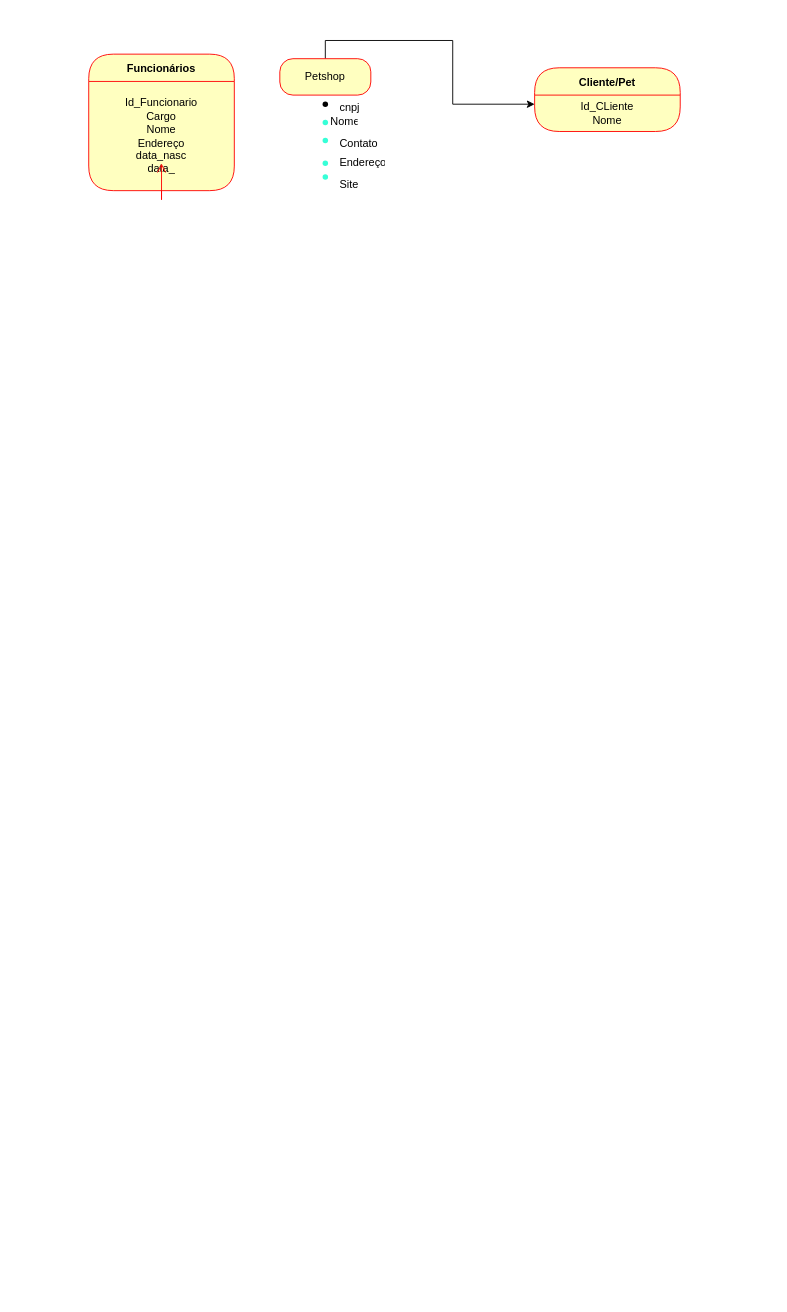
Before: Diagrama sem nome.drawio in Manuelalviana/Diagramas_draw, a draw.io diagram. Source tidied: cells renumbered, new cells numbered last; positions are measured from the earlier drawing's top-left corner, leaving out a move shared by most shapes. Both pictures are drawn from the tidied source at 91%, with x=0, y=0 at pixel (88, 54).
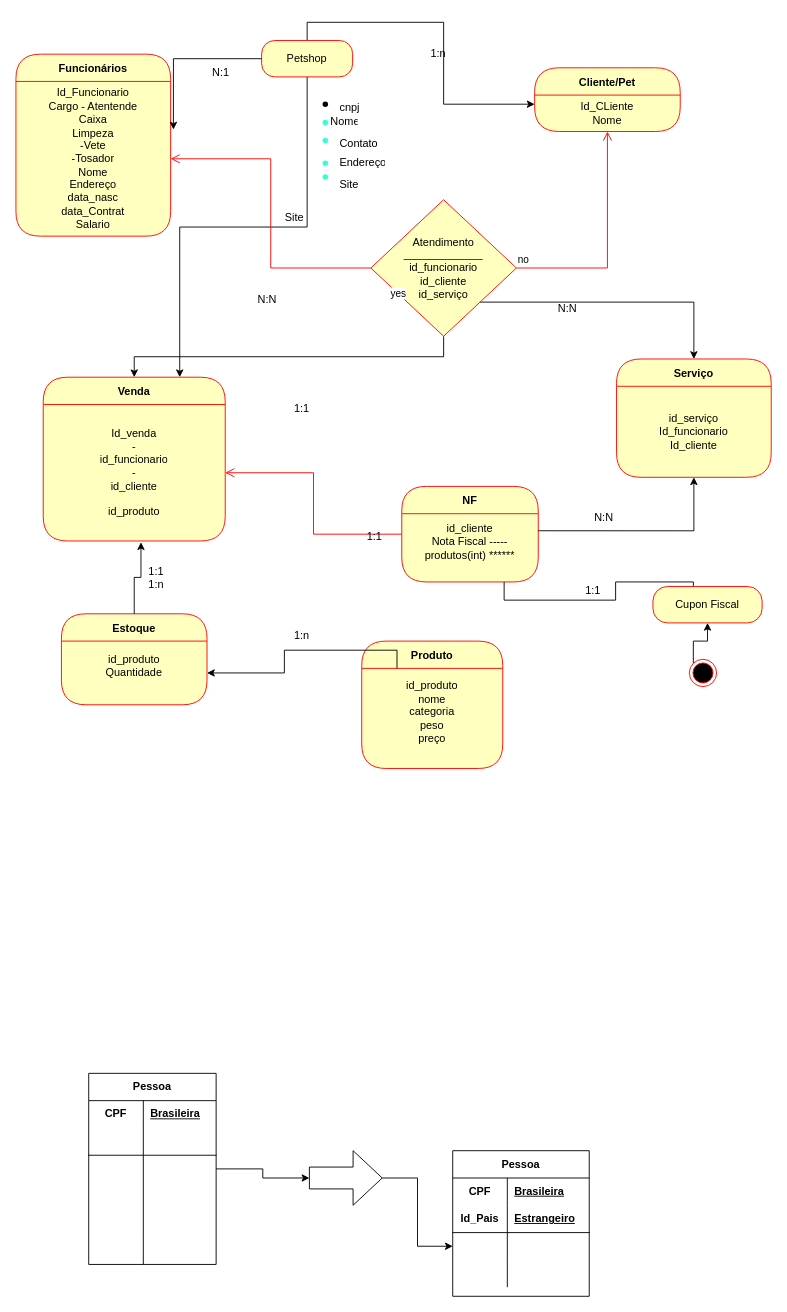
Above is the later version.

The change refers to these unchanged cells:
```xml
<mxCell id="16" value="Id_CLiente&lt;br&gt;Nome" style="text;html=1;strokeColor=none;fillColor=none;align=center;verticalAlign=middle;spacingLeft=4;spacingRight=4;whiteSpace=wrap;overflow=hidden;fontColor=#000000;" parent="15" vertex="1">
  <mxGeometry y="30" width="160" height="40" as="geometry" />
</mxCell>
```

The edit, as a diff of the source:
```diff
@@
+    <mxCell id="20" style="edgeStyle=orthogonalEdgeStyle;rounded=0;jettySize=auto;html=1;exitX=0.5;exitY=1;exitDx=0;exitDy=0;entryX=0.75;entryY=0;entryDx=0;entryDy=0;" parent="1" edge="1" source="14" target="28">
+      <mxGeometry relative="1" as="geometry" />
+    </mxCell>
     <mxCell id="14" value="Petshop" style="rounded=1;whiteSpace=wrap;html=1;arcSize=36;fontColor=#000000;fillColor=#ffffc0;strokeColor=#ff0000;" parent="1" vertex="1">
-      <mxGeometry x="210" y="5" width="100" height="40" as="geometry" />
+      <mxGeometry x="190" y="-15" width="100" height="40" as="geometry" />
     </mxCell>
@@
     <mxCell id="17" value="Funcionários" style="swimlane;fontStyle=1;align=center;verticalAlign=middle;horizontal=1;startSize=30;fontColor=#000000;rounded=1;arcSize=30;strokeColor=#ff0000;fillColor=#ffffc0;swimlaneFillColor=#ffffc0;" parent="1" vertex="1">
-      <mxGeometry width="160" height="150" as="geometry" />
+      <mxGeometry x="-80" width="170" height="200" as="geometry" />
     </mxCell>
-    <mxCell id="18" value="Id_Funcionario&lt;br&gt;Cargo&lt;br&gt;Nome&lt;br&gt;Endereço&lt;br&gt;data_nasc&lt;div&gt;data_&lt;/div&gt;" style="text;html=1;strokeColor=none;fillColor=none;align=center;verticalAlign=middle;spacingLeft=4;spacingRight=4;whiteSpace=wrap;overflow=hidden;fontColor=#000000;" parent="17" vertex="1">
-      <mxGeometry y="30" width="160" height="120" as="geometry" />
+    <mxCell id="18" value="Id_Funcionario&lt;br&gt;Cargo - Atentende&lt;br&gt;Caixa&lt;br&gt;Limpeza&lt;br&gt;-Vete&lt;br&gt;-Tosador&lt;br&gt;Nome&lt;br&gt;Endereço&lt;br&gt;data_nasc&lt;div&gt;data_Contrat&lt;br&gt;Salario&lt;/div&gt;" style="text;html=1;strokeColor=none;fillColor=none;align=center;verticalAlign=middle;spacingLeft=4;spacingRight=4;whiteSpace=wrap;overflow=hidden;fontColor=#000000;" parent="17" vertex="1">
+      <mxGeometry y="30" width="170" height="170" as="geometry" />
     </mxCell>
-    <mxCell id="19" style="edgeStyle=orthogonalEdgeStyle;html=1;verticalAlign=bottom;endArrow=open;endSize=8;strokeColor=#ff0000;rounded=0;" parent="1" edge="1" source="17">
-      <mxGeometry relative="1" as="geometry">
-        <mxPoint x="80" y="120" as="targetPoint" />
-      </mxGeometry>
-    </mxCell>
+    <mxCell id="21" value="1:n" style="text;strokeColor=none;fillColor=none;align=left;verticalAlign=middle;spacingLeft=4;spacingRight=4;overflow=hidden;whiteSpace=wrap;html=1;" parent="1" vertex="1">
+      <mxGeometry x="370" y="-15" width="80" height="30" as="geometry" />
+    </mxCell>
+    <mxCell id="22" value="N:1" style="text;strokeColor=none;fillColor=none;align=left;verticalAlign=middle;spacingLeft=4;spacingRight=4;overflow=hidden;whiteSpace=wrap;html=1;" parent="1" vertex="1">
+      <mxGeometry x="130" y="5" width="80" height="30" as="geometry" />
+    </mxCell>
+    <mxCell id="23" style="edgeStyle=orthogonalEdgeStyle;rounded=0;jettySize=auto;html=1;exitX=0.5;exitY=1;exitDx=0;exitDy=0;entryX=0.5;entryY=0;entryDx=0;entryDy=0;" parent="1" edge="1" source="25" target="28">
+      <mxGeometry relative="1" as="geometry" />
+    </mxCell>
+    <mxCell id="24" style="edgeStyle=orthogonalEdgeStyle;rounded=0;jettySize=auto;html=1;exitX=1;exitY=1;exitDx=0;exitDy=0;" parent="1" edge="1" source="25" target="30">
+      <mxGeometry relative="1" as="geometry" />
+    </mxCell>
+    <mxCell id="25" value="Atendimento&lt;br&gt;_____________&lt;div&gt;id_funcionario&lt;br&gt;id_cliente&lt;br&gt;id_serviço&lt;/div&gt;" style="rhombus;whiteSpace=wrap;html=1;fontColor=#000000;fillColor=#ffffc0;strokeColor=#ff0000;" parent="1" vertex="1">
+      <mxGeometry x="310" y="160" width="160" height="150" as="geometry" />
+    </mxCell>
+    <mxCell id="26" value="no" style="edgeStyle=orthogonalEdgeStyle;html=1;align=left;verticalAlign=bottom;endArrow=open;endSize=8;strokeColor=#ff0000;rounded=0;" parent="1" edge="1" source="25" target="16">
+      <mxGeometry x="-1" relative="1" as="geometry" />
+    </mxCell>
+    <mxCell id="27" value="yes" style="edgeStyle=orthogonalEdgeStyle;html=1;align=left;verticalAlign=top;endArrow=open;endSize=8;strokeColor=#ff0000;rounded=0;" parent="1" edge="1" source="25" target="18">
+      <mxGeometry x="-1" y="25" relative="1" as="geometry">
+        <mxPoint x="20" y="-10" as="offset" />
+      </mxGeometry>
+    </mxCell>
+    <mxCell id="28" value="Venda" style="swimlane;fontStyle=1;align=center;verticalAlign=middle;horizontal=1;startSize=30;fontColor=#000000;rounded=1;arcSize=30;strokeColor=#ff0000;fillColor=#ffffc0;swimlaneFillColor=#ffffc0;" parent="1" vertex="1">
+      <mxGeometry x="-50" y="355" width="200" height="180" as="geometry" />
+    </mxCell>
+    <mxCell id="29" value="Id_venda&lt;br&gt;-&lt;br&gt;id_funcionario&lt;br&gt;-&lt;br&gt;id_cliente&lt;br&gt;&lt;div&gt;&lt;br&gt;id_produto&lt;/div&gt;" style="text;html=1;strokeColor=none;fillColor=none;align=center;verticalAlign=middle;spacingLeft=4;spacingRight=4;whiteSpace=wrap;overflow=hidden;fontColor=#000000;" parent="28" vertex="1">
+      <mxGeometry y="30" width="200" height="150" as="geometry" />
+    </mxCell>
+    <mxCell id="30" value="Serviço" style="swimlane;fontStyle=1;align=center;verticalAlign=middle;horizontal=1;startSize=30;fontColor=#000000;rounded=1;arcSize=30;strokeColor=#ff0000;fillColor=#ffffc0;swimlaneFillColor=#ffffc0;" parent="1" vertex="1">
+      <mxGeometry x="580" y="335" width="170" height="130" as="geometry" />
+    </mxCell>
+    <mxCell id="31" value="id_serviço&lt;div&gt;Id_funcionario&lt;br&gt;Id_cliente&lt;/div&gt;" style="text;html=1;strokeColor=none;fillColor=none;align=center;verticalAlign=middle;spacingLeft=4;spacingRight=4;whiteSpace=wrap;overflow=hidden;fontColor=#000000;" parent="30" vertex="1">
+      <mxGeometry y="30" width="170" height="100" as="geometry" />
+    </mxCell>
+    <mxCell id="32" value="N:N" style="text;strokeColor=none;fillColor=none;align=left;verticalAlign=middle;spacingLeft=4;spacingRight=4;overflow=hidden;whiteSpace=wrap;html=1;" parent="1" vertex="1">
+      <mxGeometry x="180" y="255" width="80" height="30" as="geometry" />
+    </mxCell>
+    <mxCell id="33" value="N:N" style="text;strokeColor=none;fillColor=none;align=left;verticalAlign=middle;spacingLeft=4;spacingRight=4;overflow=hidden;whiteSpace=wrap;html=1;" parent="1" vertex="1">
+      <mxGeometry x="510" y="265" width="80" height="30" as="geometry" />
+    </mxCell>
+    <mxCell id="34" value="1:1" style="text;strokeColor=none;fillColor=none;align=left;verticalAlign=middle;spacingLeft=4;spacingRight=4;overflow=hidden;whiteSpace=wrap;html=1;" parent="1" vertex="1">
+      <mxGeometry x="220" y="375" width="80" height="30" as="geometry" />
+    </mxCell>
+    <mxCell id="35" value="NF" style="swimlane;fontStyle=1;align=center;verticalAlign=middle;horizontal=1;startSize=30;fontColor=#000000;rounded=1;arcSize=30;strokeColor=#ff0000;fillColor=#ffffc0;swimlaneFillColor=#ffffc0;" parent="1" vertex="1">
+      <mxGeometry x="344" y="475" width="150" height="105" as="geometry" />
+    </mxCell>
+    <mxCell id="36" style="edgeStyle=orthogonalEdgeStyle;rounded=0;jettySize=auto;html=1;exitX=0.75;exitY=1;exitDx=0;exitDy=0;" parent="35" edge="1" source="37">
+      <mxGeometry relative="1" as="geometry">
+        <mxPoint x="320" y="125" as="targetPoint" />
+      </mxGeometry>
+    </mxCell>
+    <mxCell id="37" value="&lt;div&gt;id_cliente&lt;br&gt;Nota Fiscal -----produtos(int) ******&lt;div&gt;&lt;br&gt;&lt;/div&gt;&lt;/div&gt;" style="text;html=1;strokeColor=none;fillColor=none;align=center;verticalAlign=middle;spacingLeft=4;spacingRight=4;whiteSpace=wrap;overflow=hidden;fontColor=#000000;" parent="35" vertex="1">
+      <mxGeometry y="30" width="150" height="75" as="geometry" />
+    </mxCell>
+    <mxCell id="38" style="edgeStyle=orthogonalEdgeStyle;html=1;verticalAlign=bottom;endArrow=open;endSize=8;strokeColor=#ff0000;rounded=0;entryX=1;entryY=0.5;entryDx=0;entryDy=0;" parent="1" edge="1" source="35" target="29">
+      <mxGeometry relative="1" as="geometry" />
+    </mxCell>
+    <mxCell id="39" value="N:N" style="text;strokeColor=none;fillColor=none;align=left;verticalAlign=middle;spacingLeft=4;spacingRight=4;overflow=hidden;whiteSpace=wrap;html=1;" parent="1" vertex="1">
+      <mxGeometry x="550" y="495" width="80" height="30" as="geometry" />
+    </mxCell>
+    <mxCell id="40" style="edgeStyle=orthogonalEdgeStyle;rounded=0;jettySize=auto;html=1;" parent="1" edge="1" source="41" target="55">
+      <mxGeometry relative="1" as="geometry" />
+    </mxCell>
+    <mxCell id="41" value="Pessoa" style="shape=table;startSize=30;childLayout=tableLayout;rowLines=0;fontStyle=1;align=center;html=1;whiteSpace=wrap;" parent="1" vertex="1">
+      <mxGeometry y="1120" width="140" height="210" as="geometry" />
+    </mxCell>
+    <mxCell id="42" style="shape=tableRow;horizontal=0;startSize=0;swimlaneHead=0;swimlaneBody=0;fillColor=none;top=0;left=0;right=0;bottom=0;html=1;" parent="41" vertex="1">
+      <mxGeometry y="30" width="140" height="30" as="geometry" />
+    </mxCell>
+    <mxCell id="43" value="CPF" style="shape=partialRectangle;fillColor=none;top=0;left=0;bottom=0;right=0;fontStyle=1;overflow=hidden;html=1;whiteSpace=wrap;" parent="42" vertex="1">
+      <mxGeometry width="60" height="30" as="geometry" />
+    </mxCell>
+    <mxCell id="44" value="Brasileira" style="shape=partialRectangle;fillColor=none;top=0;left=0;bottom=0;right=0;align=left;spacingLeft=6;fontStyle=5;overflow=hidden;html=1;whiteSpace=wrap;" parent="42" vertex="1">
+      <mxGeometry x="60" width="80" height="30" as="geometry" />
+    </mxCell>
+    <mxCell id="45" style="shape=tableRow;horizontal=0;startSize=0;swimlaneHead=0;swimlaneBody=0;fillColor=none;top=0;left=0;right=0;bottom=1;html=1;" parent="41" vertex="1">
+      <mxGeometry y="60" width="140" height="30" as="geometry" />
+    </mxCell>
+    <mxCell id="46" style="shape=partialRectangle;fillColor=none;top=0;left=0;bottom=0;right=0;fontStyle=1;overflow=hidden;html=1;whiteSpace=wrap;" parent="45" vertex="1">
+      <mxGeometry width="60" height="30" as="geometry" />
+    </mxCell>
+    <mxCell id="47" style="shape=partialRectangle;fillColor=none;top=0;left=0;bottom=0;right=0;align=left;spacingLeft=6;fontStyle=5;overflow=hidden;html=1;whiteSpace=wrap;" parent="45" vertex="1">
+      <mxGeometry x="60" width="80" height="30" as="geometry" />
+    </mxCell>
+    <mxCell id="48" style="shape=tableRow;horizontal=0;startSize=0;swimlaneHead=0;swimlaneBody=0;fillColor=none;top=0;left=0;right=0;bottom=0;html=1;" parent="41" vertex="1">
+      <mxGeometry y="90" width="140" height="90" as="geometry" />
+    </mxCell>
+    <mxCell id="49" style="shape=partialRectangle;fillColor=none;top=0;left=0;bottom=0;right=0;overflow=hidden;html=1;whiteSpace=wrap;" parent="48" vertex="1">
+      <mxGeometry width="60" height="90" as="geometry" />
+    </mxCell>
+    <mxCell id="50" style="shape=partialRectangle;fillColor=none;top=0;left=0;bottom=0;right=0;align=left;spacingLeft=6;overflow=hidden;html=1;whiteSpace=wrap;" parent="48" vertex="1">
+      <mxGeometry x="60" width="80" height="90" as="geometry" />
+    </mxCell>
+    <mxCell id="51" style="shape=tableRow;horizontal=0;startSize=0;swimlaneHead=0;swimlaneBody=0;fillColor=none;top=0;left=0;right=0;bottom=0;html=1;" parent="41" vertex="1">
+      <mxGeometry y="180" width="140" height="30" as="geometry" />
+    </mxCell>
+    <mxCell id="52" style="shape=partialRectangle;fillColor=none;top=0;left=0;bottom=0;right=0;overflow=hidden;html=1;whiteSpace=wrap;" parent="51" vertex="1">
+      <mxGeometry width="60" height="30" as="geometry" />
+    </mxCell>
+    <mxCell id="53" style="shape=partialRectangle;fillColor=none;top=0;left=0;bottom=0;right=0;align=left;spacingLeft=6;overflow=hidden;html=1;whiteSpace=wrap;" parent="51" vertex="1">
+      <mxGeometry x="60" width="80" height="30" as="geometry" />
+    </mxCell>
+    <mxCell id="54" style="edgeStyle=orthogonalEdgeStyle;rounded=0;jettySize=auto;html=1;exitX=1;exitY=0.5;exitDx=0;exitDy=0;exitPerimeter=0;" parent="1" edge="1" source="55" target="63">
+      <mxGeometry relative="1" as="geometry" />
+    </mxCell>
+    <mxCell id="55" style="shape=singleArrow;whiteSpace=wrap;html=1;arrowWidth=0.4;arrowSize=0.4;startSize=30;fontStyle=1;" parent="1" vertex="1">
+      <mxGeometry x="242.5" y="1205" width="80" height="60" as="geometry" />
+    </mxCell>
+    <mxCell id="56" value="Pessoa" style="shape=table;startSize=30;childLayout=tableLayout;rowLines=0;fontStyle=1;align=center;html=1;whiteSpace=wrap;" parent="1" vertex="1">
+      <mxGeometry x="400" y="1205" width="150" height="160" as="geometry" />
+    </mxCell>
+    <mxCell id="57" style="shape=tableRow;horizontal=0;startSize=0;swimlaneHead=0;swimlaneBody=0;fillColor=none;top=0;left=0;right=0;bottom=0;html=1;" parent="56" vertex="1">
+      <mxGeometry y="30" width="150" height="30" as="geometry" />
+    </mxCell>
+    <mxCell id="58" value="CPF" style="shape=partialRectangle;fillColor=none;top=0;left=0;bottom=0;right=0;fontStyle=1;overflow=hidden;html=1;whiteSpace=wrap;" parent="57" vertex="1">
+      <mxGeometry width="60" height="30" as="geometry" />
+    </mxCell>
+    <mxCell id="59" value="Brasileira" style="shape=partialRectangle;fillColor=none;top=0;left=0;bottom=0;right=0;align=left;spacingLeft=6;fontStyle=5;overflow=hidden;html=1;whiteSpace=wrap;" parent="57" vertex="1">
+      <mxGeometry x="60" width="90" height="30" as="geometry" />
+    </mxCell>
+    <mxCell id="60" style="shape=tableRow;horizontal=0;startSize=0;swimlaneHead=0;swimlaneBody=0;fillColor=none;top=0;left=0;right=0;bottom=1;html=1;" parent="56" vertex="1">
+      <mxGeometry y="60" width="150" height="30" as="geometry" />
+    </mxCell>
+    <mxCell id="61" value="Id_Pais" style="shape=partialRectangle;fillColor=none;top=0;left=0;bottom=0;right=0;fontStyle=1;overflow=hidden;html=1;whiteSpace=wrap;" parent="60" vertex="1">
+      <mxGeometry width="60" height="30" as="geometry" />
+    </mxCell>
+    <mxCell id="62" value="Estrangeiro" style="shape=partialRectangle;fillColor=none;top=0;left=0;bottom=0;right=0;align=left;spacingLeft=6;fontStyle=5;overflow=hidden;html=1;whiteSpace=wrap;" parent="60" vertex="1">
+      <mxGeometry x="60" width="90" height="30" as="geometry" />
+    </mxCell>
+    <mxCell id="63" style="shape=tableRow;horizontal=0;startSize=0;swimlaneHead=0;swimlaneBody=0;fillColor=none;points=[[0,0.5],[1,0.5]];portConstraint=eastwest;top=0;left=0;right=0;bottom=0;html=1;" parent="56" vertex="1">
+      <mxGeometry y="90" width="150" height="30" as="geometry" />
+    </mxCell>
+    <mxCell id="64" style="shape=partialRectangle;fillColor=none;top=0;left=0;bottom=0;right=0;overflow=hidden;html=1;whiteSpace=wrap;" parent="63" vertex="1">
+      <mxGeometry width="60" height="30" as="geometry" />
+    </mxCell>
+    <mxCell id="65" style="shape=partialRectangle;fillColor=none;top=0;left=0;bottom=0;right=0;align=left;spacingLeft=6;overflow=hidden;html=1;whiteSpace=wrap;" parent="63" vertex="1">
+      <mxGeometry x="60" width="90" height="30" as="geometry" />
+    </mxCell>
+    <mxCell id="66" style="shape=tableRow;horizontal=0;startSize=0;swimlaneHead=0;swimlaneBody=0;fillColor=none;top=0;left=0;right=0;bottom=0;html=1;" parent="56" vertex="1">
+      <mxGeometry y="120" width="150" height="30" as="geometry" />
+    </mxCell>
+    <mxCell id="67" style="shape=partialRectangle;fillColor=none;top=0;left=0;bottom=0;right=0;overflow=hidden;html=1;whiteSpace=wrap;" parent="66" vertex="1">
+      <mxGeometry width="60" height="30" as="geometry" />
+    </mxCell>
+    <mxCell id="68" style="shape=partialRectangle;fillColor=none;top=0;left=0;bottom=0;right=0;align=left;spacingLeft=6;overflow=hidden;html=1;whiteSpace=wrap;" parent="66" vertex="1">
+      <mxGeometry x="60" width="90" height="30" as="geometry" />
+    </mxCell>
+    <mxCell id="69" style="edgeStyle=orthogonalEdgeStyle;rounded=0;jettySize=auto;html=1;exitX=1;exitY=0.25;exitDx=0;exitDy=0;" parent="1" edge="1" source="37" target="31">
+      <mxGeometry relative="1" as="geometry" />
+    </mxCell>
+    <mxCell id="70" value="1:1" style="text;strokeColor=none;fillColor=none;align=left;verticalAlign=middle;spacingLeft=4;spacingRight=4;overflow=hidden;whiteSpace=wrap;html=1;" parent="1" vertex="1">
+      <mxGeometry x="540" y="575" width="80" height="30" as="geometry" />
+    </mxCell>
+    <mxCell id="71" value="1:1" style="text;strokeColor=none;fillColor=none;align=left;verticalAlign=middle;spacingLeft=4;spacingRight=4;overflow=hidden;whiteSpace=wrap;html=1;" parent="1" vertex="1">
+      <mxGeometry x="300" y="515" width="80" height="30" as="geometry" />
+    </mxCell>
+    <mxCell id="72" value="Estoque" style="swimlane;fontStyle=1;align=center;verticalAlign=middle;horizontal=1;startSize=30;fontColor=#000000;rounded=1;arcSize=30;strokeColor=#ff0000;fillColor=#ffffc0;swimlaneFillColor=#ffffc0;" parent="1" vertex="1">
+      <mxGeometry x="-30" y="615" width="160" height="100" as="geometry" />
+    </mxCell>
+    <mxCell id="73" value="id_produto&lt;div&gt;Quantidade&lt;br&gt;&lt;br&gt;&lt;/div&gt;" style="text;html=1;strokeColor=none;fillColor=none;align=center;verticalAlign=middle;spacingLeft=4;spacingRight=4;whiteSpace=wrap;overflow=hidden;fontColor=#000000;" parent="72" vertex="1">
+      <mxGeometry y="30" width="160" height="70" as="geometry" />
+    </mxCell>
+    <mxCell id="74" value="Produto" style="swimlane;fontStyle=1;align=center;verticalAlign=middle;horizontal=1;startSize=30;fontColor=#000000;rounded=1;arcSize=30;strokeColor=#ff0000;fillColor=#ffffc0;swimlaneFillColor=#ffffc0;" parent="1" vertex="1">
+      <mxGeometry x="300" y="645" width="155" height="140" as="geometry" />
+    </mxCell>
+    <mxCell id="75" value="id_produto&lt;br&gt;nome&lt;br&gt;categoria&lt;div&gt;peso&lt;br&gt;preço&lt;br&gt;&lt;br&gt;&lt;/div&gt;" style="text;html=1;strokeColor=none;fillColor=none;align=center;verticalAlign=middle;spacingLeft=4;spacingRight=4;whiteSpace=wrap;overflow=hidden;fontColor=#000000;" parent="74" vertex="1">
+      <mxGeometry y="30" width="155" height="110" as="geometry" />
+    </mxCell>
+    <mxCell id="76" style="edgeStyle=orthogonalEdgeStyle;rounded=0;jettySize=auto;html=1;exitX=0.25;exitY=0;exitDx=0;exitDy=0;entryX=1;entryY=0.5;entryDx=0;entryDy=0;" parent="1" edge="1" source="75" target="73">
+      <mxGeometry relative="1" as="geometry" />
+    </mxCell>
+    <mxCell id="77" style="edgeStyle=orthogonalEdgeStyle;rounded=0;jettySize=auto;html=1;exitX=0.5;exitY=0;exitDx=0;exitDy=0;entryX=0.537;entryY=1.009;entryDx=0;entryDy=0;entryPerimeter=0;" parent="1" edge="1" source="72" target="29">
+      <mxGeometry relative="1" as="geometry" />
+    </mxCell>
+    <mxCell id="78" value="Cupon Fiscal" style="rounded=1;whiteSpace=wrap;html=1;arcSize=40;fontColor=#000000;fillColor=#ffffc0;strokeColor=#ff0000;" parent="1" vertex="1">
+      <mxGeometry x="620" y="585" width="120" height="40" as="geometry" />
+    </mxCell>
+    <mxCell id="79" style="edgeStyle=orthogonalEdgeStyle;rounded=0;jettySize=auto;html=1;exitX=0;exitY=0;exitDx=0;exitDy=0;" parent="1" edge="1" source="80" target="78">
+      <mxGeometry relative="1" as="geometry" />
+    </mxCell>
+    <mxCell id="80" style="ellipse;html=1;shape=endState;fillColor=#000000;strokeColor=#ff0000;" parent="1" vertex="1">
+      <mxGeometry x="660" y="665" width="30" height="30" as="geometry" />
+    </mxCell>
+    <mxCell id="81" style="edgeStyle=orthogonalEdgeStyle;rounded=0;jettySize=auto;html=1;exitX=0;exitY=0.5;exitDx=0;exitDy=0;entryX=1.018;entryY=0.311;entryDx=0;entryDy=0;entryPerimeter=0;" parent="1" edge="1" source="14" target="18">
+      <mxGeometry relative="1" as="geometry" />
+    </mxCell>
+    <mxCell id="82" value="1:1&lt;br&gt;1:n" style="text;strokeColor=none;fillColor=none;spacingLeft=4;spacingRight=4;overflow=hidden;fontSize=12;whiteSpace=wrap;html=1;" parent="1" vertex="1">
+      <mxGeometry x="60" y="555" width="50" height="40" as="geometry" />
+    </mxCell>
+    <mxCell id="83" value="1:n" style="text;strokeColor=none;fillColor=none;spacingLeft=4;spacingRight=4;overflow=hidden;fontSize=12;whiteSpace=wrap;html=1;" parent="1" vertex="1">
+      <mxGeometry x="220" y="625" width="40" height="30" as="geometry" />
+    </mxCell>
+    <mxCell id="84" value="Site" style="text;strokeColor=none;fillColor=none;align=left;verticalAlign=middle;spacingLeft=4;spacingRight=4;overflow=hidden;whiteSpace=wrap;html=1;" parent="1" vertex="1">
+      <mxGeometry x="210" y="165" width="80" height="30" as="geometry" />
+    </mxCell>
```
